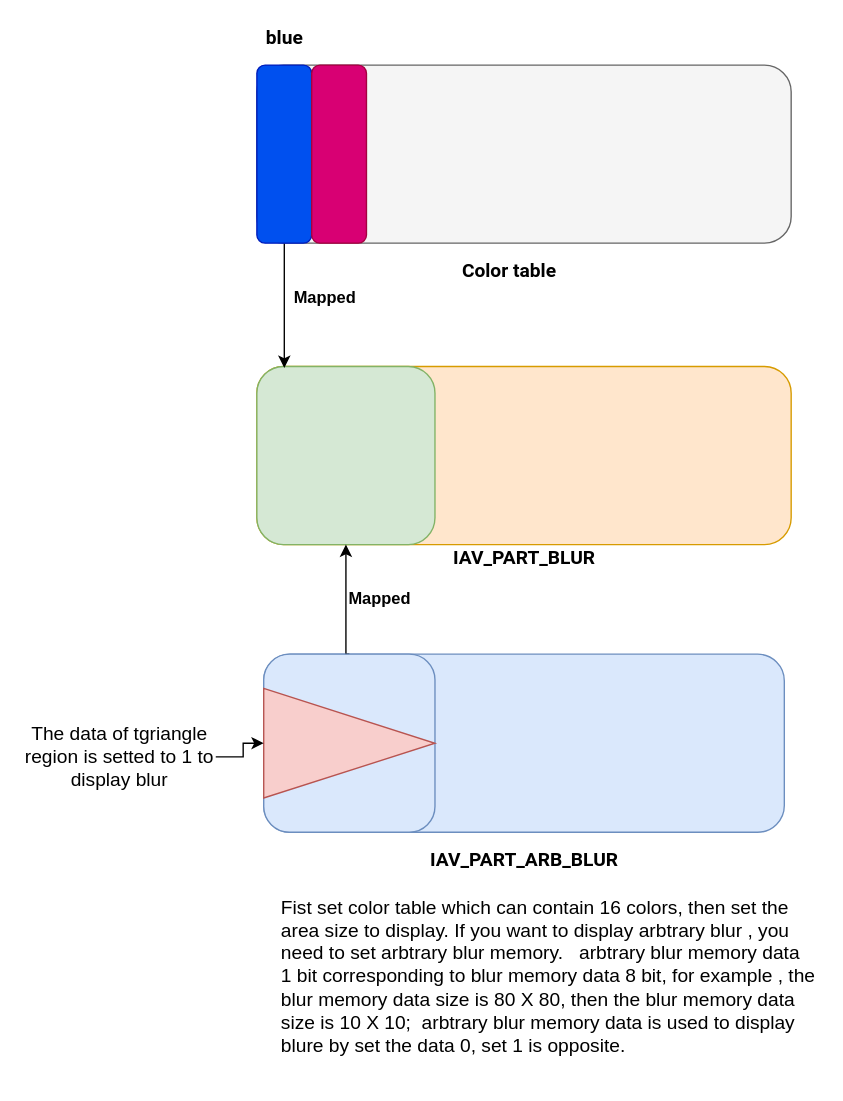
Earlier version of the draw.io diagram amba_blur.drawio (SheridanX/diagrams). Source tidied: cells renumbered, new cells numbered last; positions are measured from the earlier drawing's top-left corner, leaving out a move shared by most shapes. Both pictures are drawn from the tidied source at 137%, with x=0, y=0 at pixel (23, 23).
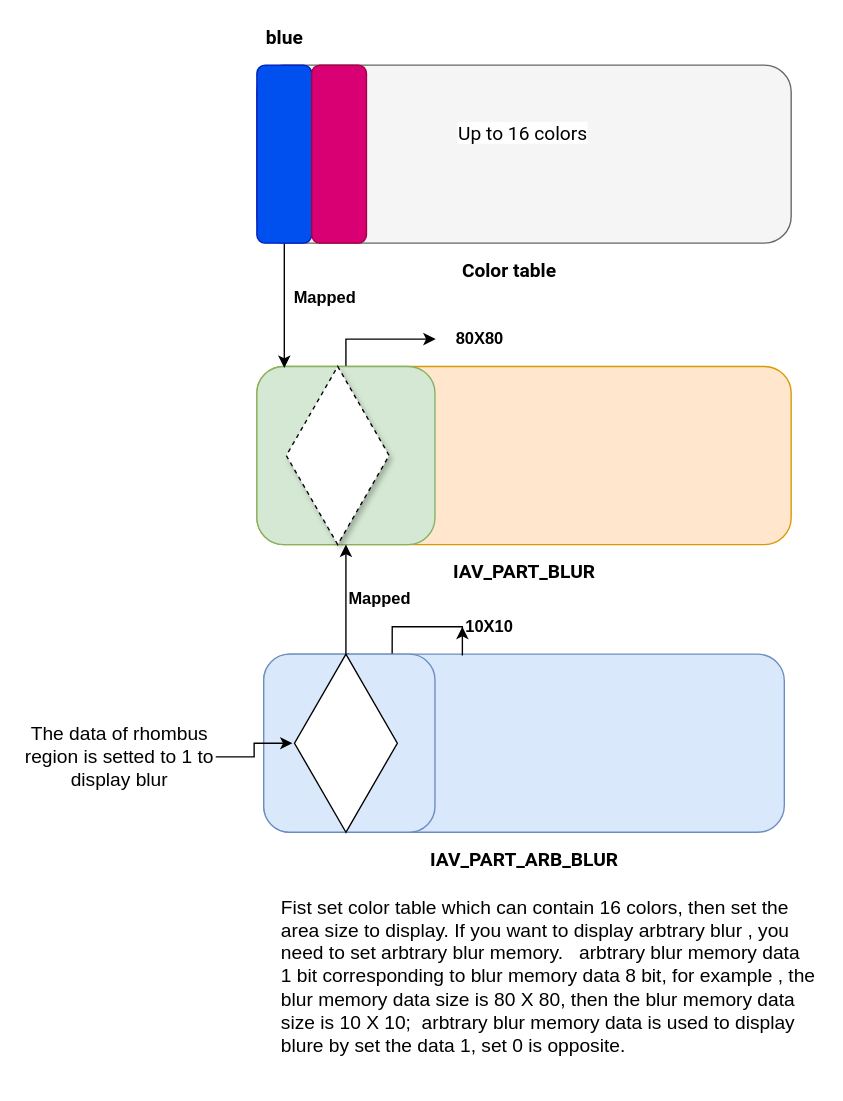
After the change.

Unchanged cells that the change refers to:
```xml
<mxCell id="6" style="rounded=1;whiteSpace=wrap;html=1;fillColor=#d5e8d4;strokeColor=#82b366;" parent="1" vertex="1">
  <mxGeometry x="170" y="250" width="130" height="130" as="geometry" />
</mxCell>
<mxCell id="8" style="rounded=1;whiteSpace=wrap;html=1;fillColor=#dae8fc;strokeColor=#6c8ebf;" parent="1" vertex="1">
  <mxGeometry x="175" y="460" width="125" height="130" as="geometry" />
</mxCell>
```

What changed in the source:
```diff
@@
     <mxCell id="4" value="&lt;b style=&quot;font-family: &amp;#34;roboto&amp;#34; , sans-serif ; font-size: 14px ; text-align: left ; background-color: rgb(255 , 255 , 255)&quot;&gt;IAV_PART_BLUR&lt;/b&gt;" style="text;html=1;strokeColor=none;fillColor=none;align=center;verticalAlign=middle;whiteSpace=wrap;rounded=0;" parent="1" vertex="1">
-      <mxGeometry x="250.5" y="380" width="229" height="20" as="geometry" />
+      <mxGeometry x="250.5" y="390" width="229" height="20" as="geometry" />
     </mxCell>
@@
+    <mxCell id="21" style="edgeStyle=orthogonalEdgeStyle;rounded=0;jettySize=auto;html=1;" parent="1" edge="1" source="6">
+      <mxGeometry relative="1" as="geometry">
+        <mxPoint x="300" y="230" as="targetPoint" />
+      </mxGeometry>
+    </mxCell>
@@
+    <mxCell id="22" style="edgeStyle=orthogonalEdgeStyle;rounded=0;jettySize=auto;html=1;exitX=0.75;exitY=0;exitDx=0;exitDy=0;" parent="1" edge="1" source="8">
+      <mxGeometry relative="1" as="geometry">
+        <mxPoint x="320" y="440" as="targetPoint" />
+      </mxGeometry>
+    </mxCell>
@@
-    <mxCell id="9" style="triangle;whiteSpace=wrap;html=1;fillColor=#f8cecc;strokeColor=#b85450;" parent="1" vertex="1">
-      <mxGeometry x="175" y="485" width="125" height="80" as="geometry" />
-    </mxCell>
@@
-    <mxCell id="18" value="&lt;font style=&quot;font-size: 14px&quot;&gt;Fist set color table which can contain 16 colors, then set the area size to display. If you want to display arbtrary blur , you need to set arbtrary blur memory.&amp;nbsp;&amp;nbsp;&amp;nbsp;arbtrary blur memory data&amp;nbsp; 1 bit corresponding to blur memory data 8 bit, for example , the blur memory data&amp;nbsp;size is 80 X 80, then the blur memory data size is 10 X 10;&amp;nbsp; arbtrary blur memory data is used to display blure by set the data 0, set 1 is opposite.&lt;/font&gt;" style="text;html=1;strokeColor=none;fillColor=none;align=left;verticalAlign=middle;whiteSpace=wrap;rounded=0;" parent="1" vertex="1">
+    <mxCell id="18" value="&lt;font style=&quot;font-size: 14px&quot;&gt;Fist set color table which can contain 16 colors, then set the area size to display. If you want to display arbtrary blur , you need to set arbtrary blur memory.&amp;nbsp;&amp;nbsp;&amp;nbsp;arbtrary blur memory data&amp;nbsp; 1 bit corresponding to blur memory data 8 bit, for example , the blur memory data&amp;nbsp;size is 80 X 80, then the blur memory data size is 10 X 10;&amp;nbsp; arbtrary blur memory data is used to display blure by set the data 1, set 0 is opposite.&lt;/font&gt;" style="text;html=1;strokeColor=none;fillColor=none;align=left;verticalAlign=middle;whiteSpace=wrap;rounded=0;" parent="1" vertex="1">
       <mxGeometry x="186" y="620" width="395" height="150" as="geometry" />
     </mxCell>
-    <mxCell id="19" style="edgeStyle=orthogonalEdgeStyle;rounded=0;jettySize=auto;html=1;" parent="1" edge="1" source="20" target="9">
+    <mxCell id="19" style="edgeStyle=orthogonalEdgeStyle;rounded=0;jettySize=auto;html=1;" parent="1" edge="1" source="20" target="24">
       <mxGeometry relative="1" as="geometry" />
     </mxCell>
-    <mxCell id="20" value="&lt;font style=&quot;font-size: 14px&quot;&gt;The data of tgriangle region is setted to 1 to display blur&lt;/font&gt;" style="text;html=1;strokeColor=none;fillColor=none;align=center;verticalAlign=middle;whiteSpace=wrap;rounded=0;" parent="1" vertex="1">
+    <mxCell id="20" value="&lt;font style=&quot;font-size: 14px&quot;&gt;The data of rhombus region is setted to 1 to display blur&lt;/font&gt;" style="text;html=1;strokeColor=none;fillColor=none;align=center;verticalAlign=middle;whiteSpace=wrap;rounded=0;" parent="1" vertex="1">
       <mxGeometry y="525" width="140" height="20" as="geometry" />
     </mxCell>
+    <mxCell id="23" style="html=1;whiteSpace=wrap;shape=isoRectangle;rotation=-90;dashed=1;shadow=1;" parent="1" vertex="1">
+      <mxGeometry x="164" y="276" width="130" height="78" as="geometry" />
+    </mxCell>
+    <mxCell id="24" style="html=1;whiteSpace=wrap;shape=isoRectangle;rotation=-90;" parent="1" vertex="1">
+      <mxGeometry x="170" y="486" width="130" height="78" as="geometry" />
+    </mxCell>
+    <mxCell id="25" value="&lt;font style=&quot;font-size: 12px&quot;&gt;&lt;b&gt;10X10&lt;/b&gt;&lt;/font&gt;" style="text;html=1;strokeColor=none;fillColor=none;align=center;verticalAlign=middle;whiteSpace=wrap;rounded=0;" parent="1" vertex="1">
+      <mxGeometry x="320" y="430" width="40" height="20" as="geometry" />
+    </mxCell>
+    <mxCell id="26" value="&lt;font style=&quot;font-size: 12px&quot;&gt;&lt;b&gt;80X80&lt;/b&gt;&lt;/font&gt;" style="text;html=1;strokeColor=none;fillColor=none;align=center;verticalAlign=middle;whiteSpace=wrap;rounded=0;" parent="1" vertex="1">
+      <mxGeometry x="304.5" y="220" width="55.5" height="20" as="geometry" />
+    </mxCell>
+    <mxCell id="27" value="&lt;span style=&quot;font-family: &amp;#34;roboto&amp;#34; , sans-serif ; font-size: 14px ; text-align: left ; background-color: rgb(255 , 255 , 255)&quot;&gt;Up to 16 colors&lt;/span&gt;" style="text;html=1;strokeColor=none;fillColor=none;align=center;verticalAlign=middle;whiteSpace=wrap;rounded=0;" parent="1" vertex="1">
+      <mxGeometry x="250" y="70" width="229" height="20" as="geometry" />
+    </mxCell>
```
